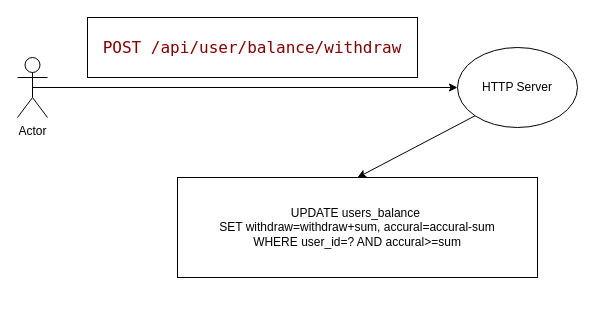
The draw.io diagram docs/Withdraw.drawio in serg2014/go-musthave-diploma-new, before the edit. Source tidied: cells renumbered, new cells numbered last; positions are measured from the earlier drawing's top-left corner, leaving out a move shared by most shapes. Both pictures are drawn from the tidied source at 100%, with x=0, y=0 at pixel (17, 17).
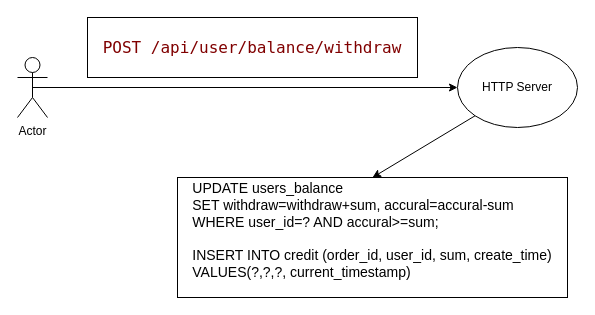
The same diagram, later.

The edit, as a diff of the source:
```diff
@@
 <mxGraphModel>
   <root>
     <mxCell id="0" />
     <mxCell id="1" parent="0" />
     <mxCell id="2" value="Actor" style="shape=umlActor;verticalLabelPosition=bottom;verticalAlign=top;html=1;outlineConnect=0;" parent="1" vertex="1">
       <mxGeometry y="40" width="30" height="60" as="geometry" />
     </mxCell>
     <mxCell id="3" style="endArrow=classic;html=1;rounded=0;exitX=0.5;exitY=0.5;exitDx=0;exitDy=0;exitPerimeter=0;entryX=0;entryY=0.5;entryDx=0;entryDy=0;" parent="1" edge="1" source="2" target="5">
       <mxGeometry relative="1" as="geometry" />
     </mxCell>
     <mxCell id="4" value="&lt;div style=&quot;font-size: 16px; text-align: start; color: rgb(0, 0, 0); background-color: rgb(255, 255, 255); font-family: Menlo, Monaco, &amp;quot;Courier New&amp;quot;, monospace; line-height: 24px; white-space: pre;&quot;&gt;&lt;span style=&quot;color: rgb(128, 0, 0);&quot;&gt;POST /api/user/balance/withdraw&lt;/span&gt;&lt;/div&gt;" style="rounded=0;whiteSpace=wrap;html=1;" parent="1" vertex="1">
       <mxGeometry x="70" width="330" height="60" as="geometry" />
     </mxCell>
     <mxCell id="5" value="HTTP Server" style="ellipse;whiteSpace=wrap;html=1;" parent="1" vertex="1">
       <mxGeometry x="440" y="30" width="120" height="80" as="geometry" />
     </mxCell>
-    <mxCell id="6" value="UPDATE users_balance&amp;nbsp;&lt;div&gt;SET withdraw=withdraw+sum, accural=accural-sum&lt;/div&gt;&lt;div&gt;WHERE user_id=? AND accural&amp;gt;=sum&lt;/div&gt;" style="rounded=0;whiteSpace=wrap;html=1;" parent="1" vertex="1">
-      <mxGeometry x="160" y="160" width="360" height="100" as="geometry" />
+    <mxCell id="6" value="&lt;div style=&quot;text-align: justify;&quot;&gt;&lt;span style=&quot;font-size: 14px;&quot;&gt;UPDATE users_balance&amp;nbsp;&lt;/span&gt;&lt;/div&gt;&lt;div style=&quot;text-align: justify;&quot;&gt;&lt;font style=&quot;font-size: 14px;&quot;&gt;SET withdraw=withdraw+sum, accural=accural-sum&lt;/font&gt;&lt;/div&gt;&lt;div style=&quot;text-align: justify;&quot;&gt;&lt;font style=&quot;font-size: 14px;&quot;&gt;WHERE user_id=? AND accural&amp;gt;=sum;&lt;/font&gt;&lt;/div&gt;&lt;div style=&quot;text-align: justify;&quot;&gt;&lt;font style=&quot;font-size: 14px;&quot;&gt;&lt;br&gt;&lt;/font&gt;&lt;/div&gt;&lt;div style=&quot;text-align: justify;&quot;&gt;&lt;font style=&quot;font-size: 14px;&quot;&gt;INSERT INTO credit (order_id, user_id, sum, create_time)&lt;/font&gt;&lt;/div&gt;&lt;div style=&quot;text-align: justify;&quot;&gt;&lt;font style=&quot;font-size: 14px;&quot;&gt;VALUES(?,?,?, current_timestamp)&lt;/font&gt;&lt;/div&gt;&lt;div&gt;&lt;br&gt;&lt;/div&gt;" style="rounded=0;whiteSpace=wrap;html=1;" parent="1" vertex="1">
+      <mxGeometry x="160" y="160" width="390" height="120" as="geometry" />
     </mxCell>
     <mxCell id="7" style="endArrow=classic;html=1;rounded=0;exitX=0;exitY=1;exitDx=0;exitDy=0;entryX=0.5;entryY=0;entryDx=0;entryDy=0;" parent="1" edge="1" source="5" target="6">
       <mxGeometry relative="1" as="geometry" />
     </mxCell>
   </root>
 </mxGraphModel>
```
